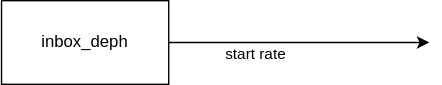
The draw.io diagram diagram2.svg in gjaimeosorio/compulab_test, before a commit. Source tidied: cells renumbered, new cells last; positions are measured from the earlier drawing's top-left corner, leaving out a move shared by most shapes.
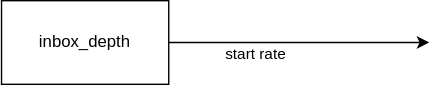
Later version of the same file.

Diff of the diagram source:
```diff
@@ -2,7 +2,7 @@
   <root>
     <mxCell id="0" />
     <mxCell id="1" parent="0" />
-    <mxCell id="2" value="inbox_deph" style="rounded=0;whiteSpace=wrap;html=1;" parent="1" vertex="1">
+    <mxCell id="2" value="inbox_depth" style="rounded=0;whiteSpace=wrap;html=1;" parent="1" vertex="1">
       <mxGeometry width="120" height="60" as="geometry" />
     </mxCell>
     <mxCell id="3" style="endArrow=classic;html=1;rounded=0;exitX=1;exitY=0.5;exitDx=0;exitDy=0;entryX=0;entryY=0.5;entryDx=0;entryDy=0;" parent="1" edge="1" source="2">
```
